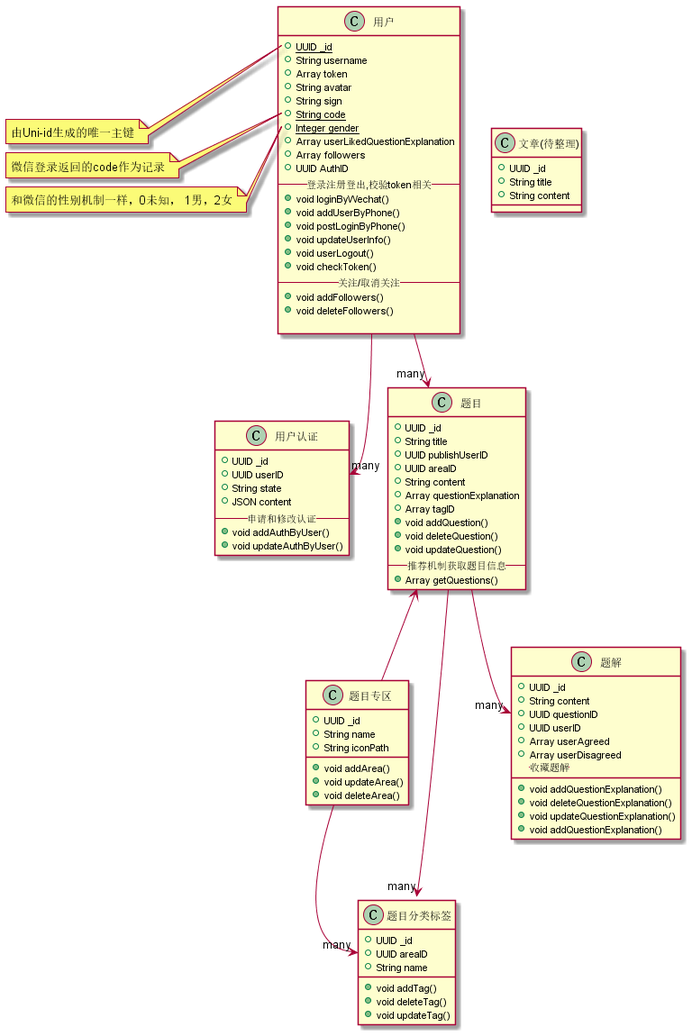
swordjs/app keeps this PlantUML diagram as out/doc/db/core/core.png. Above is the earlier version. Its diagram source:
```plantuml
@startuml
class 用户 {
    {static} +UUID _id
    +String username
    +Array token
    +String avatar
    +String sign
    {static} +String code
    {static} +Integer gender
    +Array userLikedQuestionExplanation
    +Array followers
    +UUID AuthID
    --登录注册登出,校验token相关--
    +void loginByWechat()
    +void addUserByPhone()
    +void postLoginByPhone()
    +void updateUserInfo()
    +void userLogout()
    +void checkToken()
    --关注/取消关注--
    +void addFollowers()
    +void deleteFollowers()

}
class 用户认证{
    +UUID _id
    +UUID userID
    +String state
    +JSON content
    --申请和修改认证--
    +void addAuthByUser()
    +void updateAuthByUser()
}
class 题目专区 {
    +UUID _id
    +String name
    +String iconPath
    +void addArea()
    +void updateArea()
    +void deleteArea()
}
class 题目分类标签{
    +UUID _id
    +UUID areaID
    +String name
    +void addTag()
    +void deleteTag()
    +void updateTag()
}
class 题目 {
    +UUID _id
    +String title
    +UUID publishUserID
    +UUID areaID
    +String content
    +Array questionExplanation
    +Array tagID
    +void addQuestion()
    +void deleteQuestion()
    +void updateQuestion()
    --推荐机制获取题目信息--
    +Array getQuestions()
}
class 题解{
    +UUID _id
    +String content
    +UUID questionID
    +UUID userID
    +Array userAgreed
    +Array userDisagreed
    +void addQuestionExplanation()
    +void deleteQuestionExplanation()
    +void updateQuestionExplanation()
     --收藏题解--
    +void addQuestionExplanation()
}


class 文章(待整理){
    +UUID _id
    +String title
    +String content
}

题目专区 --> "many" 题目分类标签::areaID
用户 --> "many" 题目
用户 --> "many" 用户认证::userID
题目 --> "many" 题目分类标签
题目 <-- 题目专区
题目 --> "many" 题解::questionID
note left of 用户::_id
由Uni-id生成的唯一主键
end note
note left of 用户::code
微信登录返回的code作为记录
end note
note left of 用户::gender
和微信的性别机制一样，0未知， 1男，2女
end note
@enduml
```
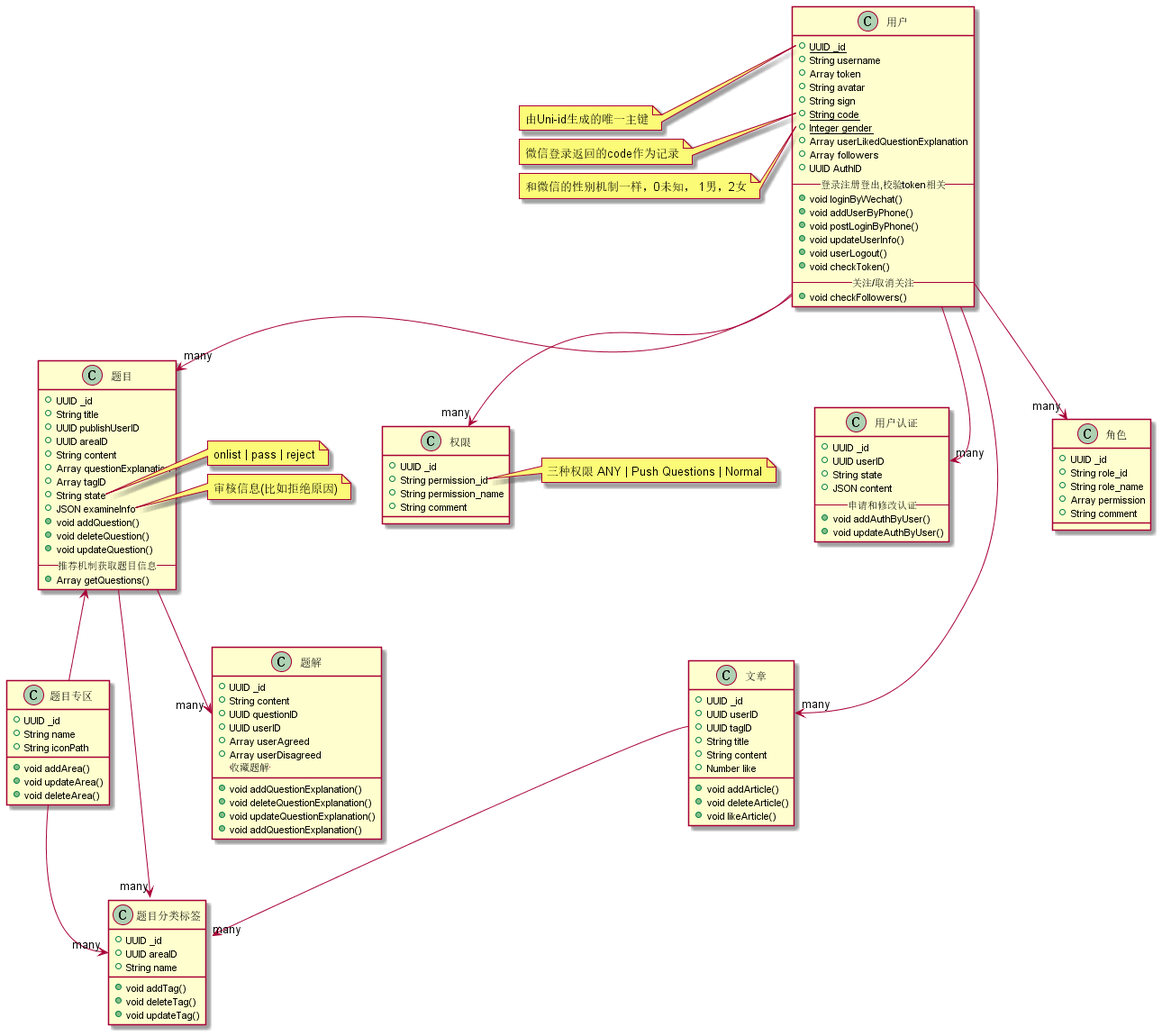
Later version of the same file.

Diff of the diagram source:
```diff
@@ -18,9 +18,7 @@
     +void userLogout()
     +void checkToken()
     --关注/取消关注--
-    +void addFollowers()
-    +void deleteFollowers()
-
+    +void checkFollowers()
 }
 class 用户认证{
     +UUID _id
@@ -55,6 +53,8 @@
     +String content
     +Array questionExplanation
     +Array tagID
+    +String state
+    +JSON examineInfo
     +void addQuestion()
     +void deleteQuestion()
     +void updateQuestion()
@@ -76,15 +76,39 @@
 }
 
 
-class 文章(待整理){
+class 文章{
     +UUID _id
+    +UUID userID
+    +UUID tagID
     +String title
     +String content
+    +Number like
+    +void addArticle()
+    +void deleteArticle()
+    +void likeArticle()
+}
+
+class 角色{
+    +UUID _id
+    +String role_id
+    +String role_name
+    +Array permission
+    +String comment
+}
+class 权限{
+    +UUID _id
+    +String permission_id
+    +String permission_name
+    +String comment
 }
 
 题目专区 --> "many" 题目分类标签::areaID
 用户 --> "many" 题目
 用户 --> "many" 用户认证::userID
+用户 --> "many" 文章::userID
+用户 --> "many" 角色
+用户 --> "many" 权限
+文章::tagID --> "many" 题目分类标签
 题目 --> "many" 题目分类标签
 题目 <-- 题目专区
 题目 --> "many" 题解::questionID
@@ -97,4 +121,13 @@
 note left of 用户::gender
 和微信的性别机制一样，0未知， 1男，2女
 end note
+note right of 题目::state
+onlist | pass | reject
+end note
+note right of 题目::examineInfo
+审核信息(比如拒绝原因)
+end note
+note right of 权限::permission_id
+三种权限 ANY | Push Questions | Normal
+end note
 @enduml
```
